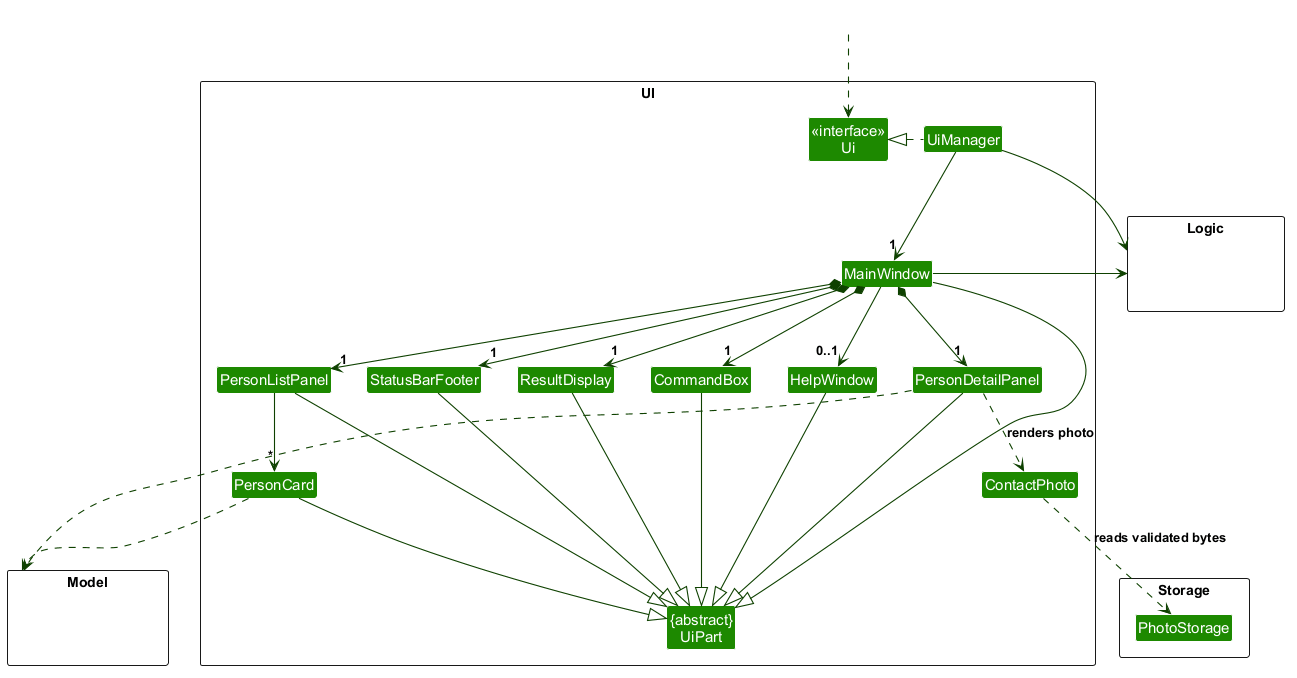
This is docs/images/UiClassDiagram.png from AY2627S1-CS2103T-W12-2/tp, a PlantUML export, as it was before one commit.
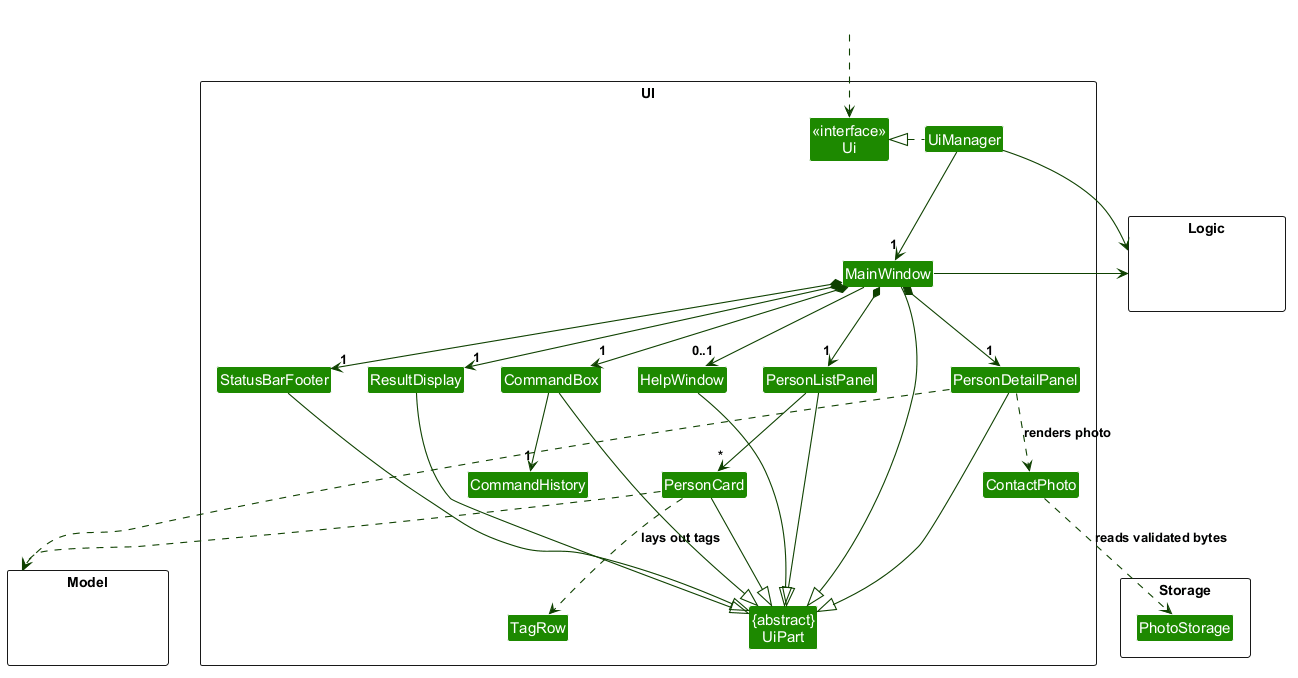
Later version of the same file.

Change to the diagram source:
```diff
@@ -17,6 +17,8 @@
 Class ContactPhoto
 Class StatusBarFooter
 Class CommandBox
+Class CommandHistory
+Class TagRow
 }
 
 package Model <<Rectangle>> {
@@ -44,6 +46,8 @@
 MainWindow --> "0..1" HelpWindow
 
 PersonListPanel -down-> "*" PersonCard
+CommandBox --> "1" CommandHistory
+PersonCard ..> TagRow : lays out tags
 
 MainWindow -left-|> UiPart
 
```
